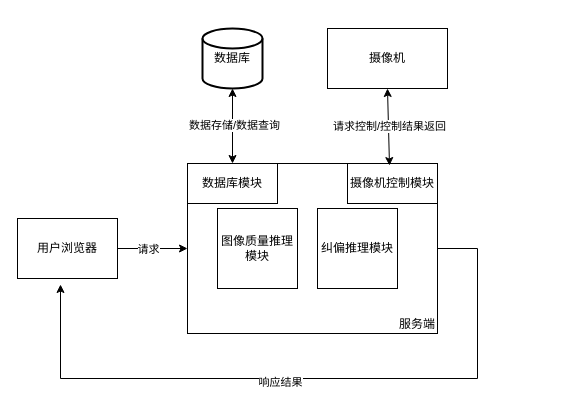
This is work_总体方案图.drawio from DaskiSnow/drawioFiles, a draw.io file, before an edit. Source tidied: cells renumbered, new cells numbered last; positions are measured from the earlier drawing's top-left corner, leaving out a move shared by most shapes. Both pictures are drawn from the tidied source at 100%, with x=0, y=0 at pixel (17, 28).
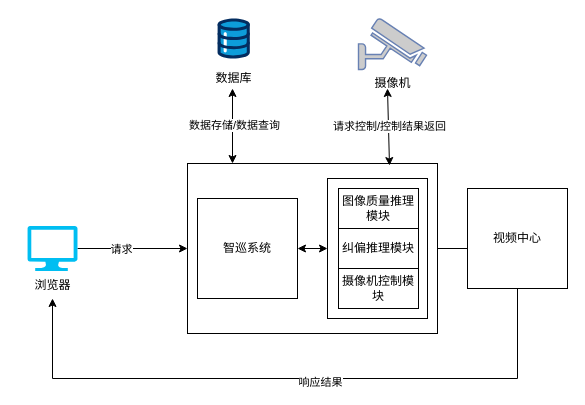
The same diagram, later.

Commit message (it also covers changes not shown here):
更新work_总体方案图.drawio

Diff of the diagram source:
```diff
@@
-    <mxCell id="2" value="用户浏览器" style="rounded=0;whiteSpace=wrap;html=1;" parent="1" vertex="1">
-      <mxGeometry y="190" width="100" height="60" as="geometry" />
-    </mxCell>
-    <mxCell id="3" value="服务端" style="rounded=0;whiteSpace=wrap;html=1;align=right;verticalAlign=bottom;" parent="1" vertex="1">
+    <mxCell id="3" style="rounded=0;whiteSpace=wrap;html=1;align=left;verticalAlign=bottom;" parent="1" vertex="1">
       <mxGeometry x="170" y="135" width="250" height="170" as="geometry" />
     </mxCell>
-    <mxCell id="4" value="纠偏推理模块" style="whiteSpace=wrap;html=1;align=center;" parent="1" vertex="1">
-      <mxGeometry x="300" y="180" width="80" height="80" as="geometry" />
-    </mxCell>
-    <mxCell id="5" value="摄像机控制模块" style="rounded=0;whiteSpace=wrap;html=1;" parent="1" vertex="1">
-      <mxGeometry x="330" y="135" width="90" height="40" as="geometry" />
-    </mxCell>
+    <mxCell id="18" style="rounded=0;whiteSpace=wrap;html=1;" parent="1" vertex="1">
+      <mxGeometry x="310" y="150" width="100" height="140" as="geometry" />
+    </mxCell>
     <mxCell id="6" value="图像质量推理模块" style="rounded=0;whiteSpace=wrap;html=1;" parent="1" vertex="1">
-      <mxGeometry x="200" y="180" width="80" height="80" as="geometry" />
+      <mxGeometry x="321" y="160" width="80" height="40" as="geometry" />
     </mxCell>
-    <mxCell id="7" style="endArrow=classic;html=1;rounded=0;exitX=1;exitY=0.5;exitDx=0;exitDy=0;entryX=0;entryY=0.5;entryDx=0;entryDy=0;" parent="1" edge="1" source="2" target="3">
+    <mxCell id="7" style="endArrow=classic;html=1;rounded=0;exitX=1;exitY=0.5;exitDx=0;exitDy=0;entryX=0;entryY=0.5;entryDx=0;entryDy=0;exitPerimeter=0;" parent="1" edge="1" source="19" target="3">
       <mxGeometry relative="1" as="geometry" />
     </mxCell>
@@
-    <mxCell id="9" style="endArrow=classic;html=1;rounded=0;exitX=1;exitY=0.5;exitDx=0;exitDy=0;entryX=0.43;entryY=1.1;entryDx=0;entryDy=0;entryPerimeter=0;" parent="1" edge="1" source="3" target="2">
+    <mxCell id="9" style="endArrow=classic;html=1;rounded=0;exitX=1;exitY=0.5;exitDx=0;exitDy=0;" parent="1" edge="1" source="3">
       <mxGeometry relative="1" as="geometry">
+        <mxPoint x="35" y="270" as="targetPoint" />
         <Array as="points">
-          <mxPoint x="460" y="220" />
-          <mxPoint x="460" y="350" />
-          <mxPoint x="43" y="350" />
+          <mxPoint x="500" y="220" />
+          <mxPoint x="500" y="350" />
+          <mxPoint x="35" y="350" />
         </Array>
       </mxGeometry>
     </mxCell>
@@
-    <mxCell id="11" style="endArrow=classic;startArrow=classic;html=1;rounded=0;entryX=0.5;entryY=1;entryDx=0;entryDy=0;exitX=0.5;exitY=0;exitDx=0;exitDy=0;" parent="1" edge="1" source="16">
+    <mxCell id="11" style="endArrow=classic;startArrow=classic;html=1;rounded=0;entryX=0.5;entryY=1;entryDx=0;entryDy=0;exitX=0.5;exitY=0;exitDx=0;exitDy=0;" parent="1" edge="1">
       <mxGeometry relative="1" as="geometry">
+        <mxPoint x="215" y="135" as="sourcePoint" />
         <mxPoint x="215" y="60" as="targetPoint" />
       </mxGeometry>
     </mxCell>
@@
-    <mxCell id="13" value="摄像机" style="rounded=0;whiteSpace=wrap;html=1;" parent="1" vertex="1">
-      <mxGeometry x="310" width="120" height="60" as="geometry" />
-    </mxCell>
-    <mxCell id="14" style="endArrow=classic;startArrow=classic;html=1;rounded=0;entryX=0.5;entryY=1;entryDx=0;entryDy=0;exitX=0.808;exitY=0.012;exitDx=0;exitDy=0;exitPerimeter=0;" parent="1" edge="1" source="3" target="13">
-      <mxGeometry relative="1" as="geometry" />
+    <mxCell id="14" style="endArrow=classic;startArrow=classic;html=1;rounded=0;entryX=0.5;entryY=1;entryDx=0;entryDy=0;exitX=0.808;exitY=0.012;exitDx=0;exitDy=0;exitPerimeter=0;" parent="1" edge="1" source="3">
+      <mxGeometry relative="1" as="geometry">
+        <mxPoint x="370" y="60" as="targetPoint" />
+      </mxGeometry>
     </mxCell>
@@
-    <mxCell id="16" value="数据库模块" style="rounded=0;whiteSpace=wrap;html=1;" parent="1" vertex="1">
-      <mxGeometry x="170" y="135" width="90" height="40" as="geometry" />
-    </mxCell>
+    <mxCell id="19" value="浏览器" style="verticalLabelPosition=bottom;html=1;verticalAlign=top;align=center;strokeColor=none;fillColor=#00BEF2;shape=mxgraph.azure.computer;" parent="1" vertex="1">
+      <mxGeometry x="10" y="197.5" width="50" height="45" as="geometry" />
+    </mxCell>
+    <mxCell id="13" value="摄像机" style="fontColor=#000000;verticalAlign=top;verticalLabelPosition=bottom;labelPosition=center;align=center;html=1;outlineConnect=0;fillColor=#CCCCCC;strokeColor=#6881B3;gradientColor=none;gradientDirection=north;strokeWidth=2;shape=mxgraph.networks.security_camera;" parent="1" vertex="1">
+      <mxGeometry x="341" y="-10" width="68" height="51" as="geometry" />
+    </mxCell>
+    <mxCell id="4" value="纠偏推理模块" style="rounded=0;whiteSpace=wrap;html=1;" parent="1" vertex="1">
+      <mxGeometry x="321" y="200" width="80" height="40" as="geometry" />
+    </mxCell>
+    <mxCell id="5" value="摄像机控制模块" style="rounded=0;whiteSpace=wrap;html=1;" parent="1" vertex="1">
+      <mxGeometry x="321" y="240" width="80" height="40" as="geometry" />
+    </mxCell>
-    <mxCell id="17" value="数据库" style="strokeWidth=2;html=1;shape=mxgraph.flowchart.database;whiteSpace=wrap;" parent="1" vertex="1">
-      <mxGeometry x="185" width="60" height="60" as="geometry" />
+    <mxCell id="17" value="数据库" style="verticalLabelPosition=bottom;html=1;shape=mxgraph.salesforce.data;" parent="1" vertex="1">
+      <mxGeometry x="200" y="-10" width="32.4" height="40" as="geometry" />
     </mxCell>
+    <mxCell id="20" value="智巡系统" style="whiteSpace=wrap;html=1;" parent="1" vertex="1">
+      <mxGeometry x="180" y="170" width="100" height="100" as="geometry" />
+    </mxCell>
+    <mxCell id="21" style="endArrow=classic;startArrow=classic;html=1;rounded=0;entryX=1;entryY=0.5;entryDx=0;entryDy=0;exitX=0;exitY=0.5;exitDx=0;exitDy=0;" parent="1" edge="1" source="18" target="20">
+      <mxGeometry relative="1" as="geometry" />
+    </mxCell>
+    <mxCell id="22" value="视频中心" style="whiteSpace=wrap;html=1;" parent="1" vertex="1">
+      <mxGeometry x="450" y="160" width="100" height="100" as="geometry" />
+    </mxCell>
```
